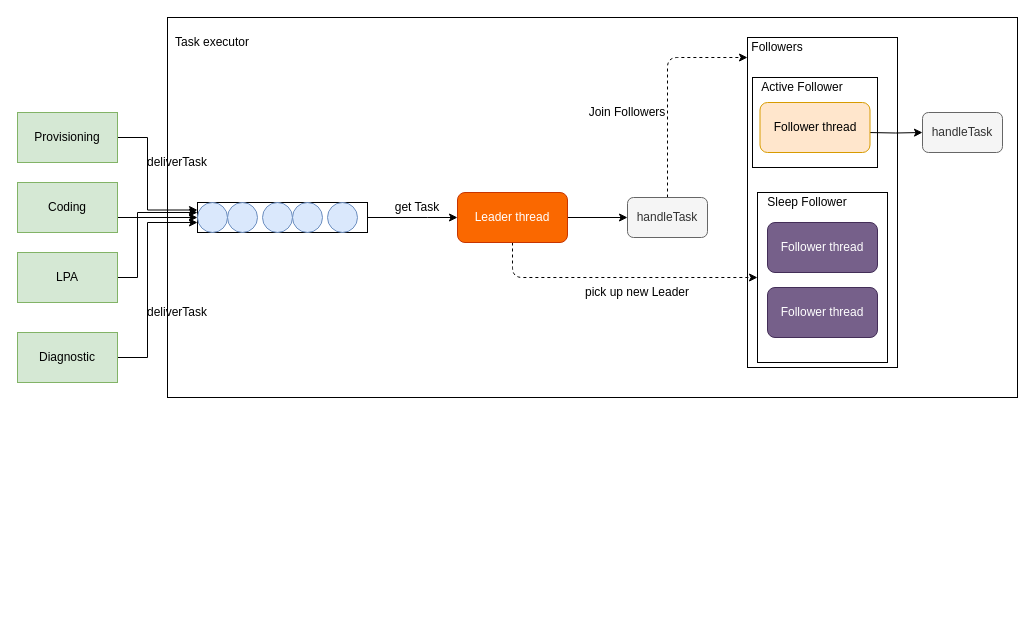
The draw.io diagram page "leaderfollowers" (2 of 14) of doc/SA cert/Design/performance.drawio in taikt/codefun, before the edit. Source tidied: cells renumbered, new cells numbered last; positions are measured from the earlier drawing's top-left corner, leaving out a move shared by most shapes. Both pictures are drawn from the tidied source at 100%, with x=0, y=0 at pixel (17, 17).
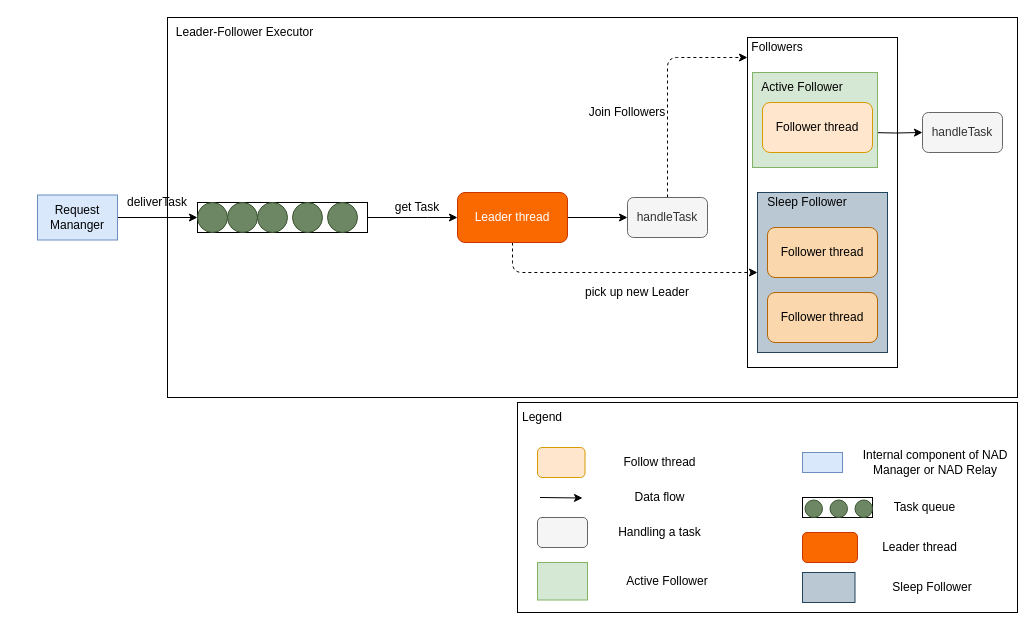
The same diagram, later.

Unchanged cells that the change refers to:
```xml
<mxCell id="4" style="rounded=0;whiteSpace=wrap;html=1;" parent="1" vertex="1">
  <mxGeometry x="180" y="185" width="170" height="30" as="geometry" />
</mxCell>
```

The edit, as a diff of the source:
```diff
@@
-    <mxCell id="5" style="ellipse;whiteSpace=wrap;html=1;fillColor=#dae8fc;strokeColor=#6c8ebf;" parent="1" vertex="1">
+    <mxCell id="5" style="ellipse;whiteSpace=wrap;html=1;fillColor=#6d8764;strokeColor=#3A5431;fontColor=#ffffff;" parent="1" vertex="1">
       <mxGeometry x="180" y="185" width="30" height="30" as="geometry" />
     </mxCell>
-    <mxCell id="6" style="ellipse;whiteSpace=wrap;html=1;fillColor=#dae8fc;strokeColor=#6c8ebf;" parent="1" vertex="1">
+    <mxCell id="6" style="ellipse;whiteSpace=wrap;html=1;fillColor=#6d8764;strokeColor=#3A5431;fontColor=#ffffff;" parent="1" vertex="1">
       <mxGeometry x="210" y="185" width="30" height="30" as="geometry" />
     </mxCell>
-    <mxCell id="7" style="ellipse;whiteSpace=wrap;html=1;fillColor=#dae8fc;strokeColor=#6c8ebf;" parent="1" vertex="1">
-      <mxGeometry x="245" y="185" width="30" height="30" as="geometry" />
+    <mxCell id="7" style="ellipse;whiteSpace=wrap;html=1;fillColor=#6d8764;strokeColor=#3A5431;fontColor=#ffffff;" parent="1" vertex="1">
+      <mxGeometry x="240" y="185" width="30" height="30" as="geometry" />
     </mxCell>
-    <mxCell id="8" style="ellipse;whiteSpace=wrap;html=1;fillColor=#dae8fc;strokeColor=#6c8ebf;" parent="1" vertex="1">
+    <mxCell id="8" style="ellipse;whiteSpace=wrap;html=1;fillColor=#6d8764;strokeColor=#3A5431;fontColor=#ffffff;" parent="1" vertex="1">
       <mxGeometry x="275" y="185" width="30" height="30" as="geometry" />
     </mxCell>
-    <mxCell id="9" style="ellipse;whiteSpace=wrap;html=1;fillColor=#dae8fc;strokeColor=#6c8ebf;" parent="1" vertex="1">
+    <mxCell id="9" style="ellipse;whiteSpace=wrap;html=1;fillColor=#6d8764;strokeColor=#3A5431;fontColor=#ffffff;" parent="1" vertex="1">
       <mxGeometry x="310" y="185" width="30" height="30" as="geometry" />
     </mxCell>
-    <mxCell id="10" style="edgeStyle=orthogonalEdgeStyle;rounded=0;jettySize=auto;html=1;exitX=1;exitY=0.5;exitDx=0;exitDy=0;entryX=0;entryY=0.25;entryDx=0;entryDy=0;" parent="1" edge="1" source="11" target="4">
-      <mxGeometry relative="1" as="geometry">
-        <Array as="points">
-          <mxPoint x="130" y="120" />
-          <mxPoint x="130" y="193" />
-        </Array>
-      </mxGeometry>
-    </mxCell>
-    <mxCell id="11" value="Provisioning" style="rounded=0;whiteSpace=wrap;html=1;fillColor=#d5e8d4;strokeColor=#82b366;" parent="1" vertex="1">
-      <mxGeometry y="95" width="100" height="50" as="geometry" />
-    </mxCell>
-    <mxCell id="12" style="edgeStyle=orthogonalEdgeStyle;rounded=0;jettySize=auto;html=1;exitX=1;exitY=0.5;exitDx=0;exitDy=0;entryX=0;entryY=0.5;entryDx=0;entryDy=0;" parent="1" edge="1" source="13" target="4">
+    <mxCell id="12" style="edgeStyle=orthogonalEdgeStyle;rounded=0;jettySize=auto;html=1;exitX=1;exitY=0.5;exitDx=0;exitDy=0;entryX=0;entryY=0.5;entryDx=0;entryDy=0;" parent="1" edge="1" target="4">
       <mxGeometry relative="1" as="geometry">
+        <mxPoint x="100" y="190" as="sourcePoint" />
         <Array as="points">
           <mxPoint x="100" y="200" />
         </Array>
       </mxGeometry>
     </mxCell>
-    <mxCell id="13" value="Coding" style="rounded=0;whiteSpace=wrap;html=1;fillColor=#d5e8d4;strokeColor=#82b366;" parent="1" vertex="1">
-      <mxGeometry y="165" width="100" height="50" as="geometry" />
-    </mxCell>
-    <mxCell id="14" style="edgeStyle=orthogonalEdgeStyle;rounded=0;jettySize=auto;html=1;exitX=1;exitY=0.5;exitDx=0;exitDy=0;" parent="1" edge="1" source="15">
-      <mxGeometry relative="1" as="geometry">
-        <mxPoint x="180" y="195" as="targetPoint" />
-        <Array as="points">
-          <mxPoint x="120" y="260" />
-          <mxPoint x="120" y="195" />
-        </Array>
-      </mxGeometry>
-    </mxCell>
-    <mxCell id="15" value="LPA" style="rounded=0;whiteSpace=wrap;html=1;fillColor=#d5e8d4;strokeColor=#82b366;" parent="1" vertex="1">
-      <mxGeometry y="235" width="100" height="50" as="geometry" />
-    </mxCell>
-    <mxCell id="16" style="edgeStyle=orthogonalEdgeStyle;rounded=0;jettySize=auto;html=1;exitX=1;exitY=0.5;exitDx=0;exitDy=0;" parent="1" edge="1" source="17">
-      <mxGeometry relative="1" as="geometry">
-        <mxPoint x="180" y="205" as="targetPoint" />
-        <Array as="points">
-          <mxPoint x="130" y="340" />
-          <mxPoint x="130" y="205" />
-        </Array>
-      </mxGeometry>
-    </mxCell>
-    <mxCell id="17" value="Diagnostic" style="rounded=0;whiteSpace=wrap;html=1;fillColor=#d5e8d4;strokeColor=#82b366;" parent="1" vertex="1">
-      <mxGeometry y="315" width="100" height="50" as="geometry" />
-    </mxCell>
@@
     <mxCell id="22" value="deliverTask" style="text;html=1;strokeColor=none;fillColor=none;align=center;verticalAlign=middle;whiteSpace=wrap;rounded=0;" parent="1" vertex="1">
-      <mxGeometry x="140" y="135" width="40" height="20" as="geometry" />
+      <mxGeometry x="120" y="175" width="40" height="20" as="geometry" />
     </mxCell>
-    <mxCell id="23" value="deliverTask" style="text;html=1;strokeColor=none;fillColor=none;align=center;verticalAlign=middle;whiteSpace=wrap;rounded=0;" parent="1" vertex="1">
-      <mxGeometry x="140" y="285" width="40" height="20" as="geometry" />
-    </mxCell>
@@
-    <mxCell id="30" value="Follower thread" style="rounded=1;whiteSpace=wrap;html=1;fillColor=#ffe6cc;strokeColor=#d79b00;" parent="1" vertex="1">
-      <mxGeometry x="742.5" y="85" width="110" height="50" as="geometry" />
-    </mxCell>
-    <mxCell id="31" value="Follower thread" style="rounded=1;whiteSpace=wrap;html=1;fillColor=#76608a;strokeColor=#432D57;fontColor=#ffffff;" parent="1" vertex="1">
-      <mxGeometry x="750" y="205" width="110" height="50" as="geometry" />
-    </mxCell>
@@
-    <mxCell id="33" value="Follower thread" style="rounded=1;whiteSpace=wrap;html=1;fillColor=#76608a;strokeColor=#432D57;fontColor=#ffffff;" parent="1" vertex="1">
-      <mxGeometry x="750" y="270" width="110" height="50" as="geometry" />
-    </mxCell>
-    <mxCell id="34" style="rounded=0;whiteSpace=wrap;html=1;strokeColor=#000000;fillColor=none;gradientColor=#ffffff;" parent="1" vertex="1">
-      <mxGeometry x="735" y="60" width="125" height="90" as="geometry" />
+    <mxCell id="34" style="rounded=0;whiteSpace=wrap;html=1;strokeColor=#82b366;fillColor=#d5e8d4;" parent="1" vertex="1">
+      <mxGeometry x="735" y="55" width="125" height="95" as="geometry" />
     </mxCell>
@@
-    <mxCell id="36" style="rounded=0;whiteSpace=wrap;html=1;strokeColor=#000000;fillColor=none;gradientColor=#ffffff;" parent="1" vertex="1">
-      <mxGeometry x="740" y="175" width="130" height="170" as="geometry" />
+    <mxCell id="36" style="rounded=0;whiteSpace=wrap;html=1;strokeColor=#23445d;fillColor=#bac8d3;" parent="1" vertex="1">
+      <mxGeometry x="740" y="175" width="130" height="160" as="geometry" />
     </mxCell>
@@
-    <mxCell id="38" value="Task executor" style="text;html=1;strokeColor=none;fillColor=none;align=center;verticalAlign=middle;whiteSpace=wrap;rounded=0;" parent="1" vertex="1">
-      <mxGeometry x="155" y="15" width="80" height="20" as="geometry" />
+    <mxCell id="38" value="Leader-Follower Executor" style="text;html=1;strokeColor=none;fillColor=none;align=center;verticalAlign=middle;whiteSpace=wrap;rounded=0;" parent="1" vertex="1">
+      <mxGeometry x="155" y="5" width="145" height="20" as="geometry" />
     </mxCell>
@@
+    <mxCell id="40" style="rounded=0;whiteSpace=wrap;html=1;" parent="1" vertex="1">
+      <mxGeometry x="500" y="385" width="500" height="210" as="geometry" />
+    </mxCell>
+    <mxCell id="41" value="Legend" style="text;html=1;strokeColor=none;fillColor=none;align=center;verticalAlign=middle;whiteSpace=wrap;rounded=0;" parent="1" vertex="1">
+      <mxGeometry x="490" y="390" width="70" height="20" as="geometry" />
+    </mxCell>
+    <mxCell id="42" style="rounded=0;whiteSpace=wrap;html=1;fillColor=#dae8fc;strokeColor=#6c8ebf;" parent="1" vertex="1">
+      <mxGeometry x="785" y="435" width="40" height="20" as="geometry" />
+    </mxCell>
+    <mxCell id="43" style="rounded=0;whiteSpace=wrap;html=1;" parent="1" vertex="1">
+      <mxGeometry x="785" y="480" width="70" height="20" as="geometry" />
+    </mxCell>
+    <mxCell id="44" style="ellipse;whiteSpace=wrap;html=1;fillColor=#6d8764;strokeColor=#3A5431;fontColor=#ffffff;" parent="1" vertex="1">
+      <mxGeometry x="787.5" y="482.5" width="17.5" height="17.5" as="geometry" />
+    </mxCell>
+    <mxCell id="45" style="ellipse;whiteSpace=wrap;html=1;fillColor=#6d8764;strokeColor=#3A5431;fontColor=#ffffff;" parent="1" vertex="1">
+      <mxGeometry x="812.5" y="482.5" width="17.5" height="17.5" as="geometry" />
+    </mxCell>
+    <mxCell id="46" style="ellipse;whiteSpace=wrap;html=1;fillColor=#6d8764;strokeColor=#3A5431;fontColor=#ffffff;" parent="1" vertex="1">
+      <mxGeometry x="837.5" y="482.5" width="17.5" height="17.5" as="geometry" />
+    </mxCell>
+    <mxCell id="47" style="rounded=1;whiteSpace=wrap;html=1;fillColor=#ffe6cc;strokeColor=#d79b00;" parent="1" vertex="1">
+      <mxGeometry x="520" y="430" width="47.5" height="30" as="geometry" />
+    </mxCell>
+    <mxCell id="48" style="endArrow=classic;html=1;rounded=0;" parent="1" edge="1">
+      <mxGeometry relative="1" as="geometry">
+        <mxPoint x="522.5" y="480" as="sourcePoint" />
+        <mxPoint x="565" y="480.5" as="targetPoint" />
+      </mxGeometry>
+    </mxCell>
+    <mxCell id="49" value="Internal component of NAD Manager or NAD Relay" style="text;html=1;strokeColor=none;fillColor=none;align=center;verticalAlign=middle;whiteSpace=wrap;rounded=0;" parent="1" vertex="1">
+      <mxGeometry x="842.5" y="430" width="150" height="30" as="geometry" />
+    </mxCell>
+    <mxCell id="50" value="Task queue" style="text;html=1;strokeColor=none;fillColor=none;align=center;verticalAlign=middle;whiteSpace=wrap;rounded=0;" parent="1" vertex="1">
+      <mxGeometry x="855" y="475" width="105" height="30" as="geometry" />
+    </mxCell>
+    <mxCell id="51" value="Follow thread" style="text;html=1;strokeColor=none;fillColor=none;align=center;verticalAlign=middle;whiteSpace=wrap;rounded=0;" parent="1" vertex="1">
+      <mxGeometry x="590" y="430" width="105" height="30" as="geometry" />
+    </mxCell>
+    <mxCell id="52" value="Data flow" style="text;html=1;strokeColor=none;fillColor=none;align=center;verticalAlign=middle;whiteSpace=wrap;rounded=0;" parent="1" vertex="1">
+      <mxGeometry x="590" y="465" width="105" height="30" as="geometry" />
+    </mxCell>
+    <mxCell id="53" style="rounded=1;whiteSpace=wrap;html=1;fillColor=#f5f5f5;strokeColor=#666666;fontColor=#333333;" parent="1" vertex="1">
+      <mxGeometry x="520" y="500" width="50" height="30" as="geometry" />
+    </mxCell>
+    <mxCell id="54" value="Handling a task" style="text;html=1;strokeColor=none;fillColor=none;align=center;verticalAlign=middle;whiteSpace=wrap;rounded=0;" parent="1" vertex="1">
+      <mxGeometry x="560" y="500" width="165" height="30" as="geometry" />
+    </mxCell>
+    <mxCell id="55" value="Request Mananger" style="rounded=0;whiteSpace=wrap;html=1;fillColor=#dae8fc;strokeColor=#6c8ebf;" parent="1" vertex="1">
+      <mxGeometry x="20" y="177.5" width="80" height="45" as="geometry" />
+    </mxCell>
+    <mxCell id="30" value="Follower thread" style="rounded=1;whiteSpace=wrap;html=1;fillColor=#ffe6cc;strokeColor=#d79b00;" parent="1" vertex="1">
+      <mxGeometry x="745" y="85" width="110" height="50" as="geometry" />
+    </mxCell>
+    <mxCell id="56" value="Follower thread" style="rounded=1;whiteSpace=wrap;html=1;fillColor=#fad7ac;strokeColor=#b46504;" parent="1" vertex="1">
+      <mxGeometry x="750" y="210" width="110" height="50" as="geometry" />
+    </mxCell>
+    <mxCell id="57" value="Follower thread" style="rounded=1;whiteSpace=wrap;html=1;fillColor=#fad7ac;strokeColor=#b46504;" parent="1" vertex="1">
+      <mxGeometry x="750" y="275" width="110" height="50" as="geometry" />
+    </mxCell>
+    <mxCell id="58" style="rounded=0;whiteSpace=wrap;html=1;fillColor=#d5e8d4;strokeColor=#82b366;" parent="1" vertex="1">
+      <mxGeometry x="520" y="545" width="50" height="37.5" as="geometry" />
+    </mxCell>
+    <mxCell id="59" value="Active Follower" style="text;html=1;strokeColor=none;fillColor=none;align=center;verticalAlign=middle;whiteSpace=wrap;rounded=0;" parent="1" vertex="1">
+      <mxGeometry x="575" y="548.8" width="150" height="30" as="geometry" />
+    </mxCell>
+    <mxCell id="60" style="rounded=0;whiteSpace=wrap;html=1;fillColor=#bac8d3;strokeColor=#23445d;" parent="1" vertex="1">
+      <mxGeometry x="785" y="555" width="52.5" height="30" as="geometry" />
+    </mxCell>
+    <mxCell id="61" value="Sleep Follower" style="text;html=1;strokeColor=none;fillColor=none;align=center;verticalAlign=middle;whiteSpace=wrap;rounded=0;" parent="1" vertex="1">
+      <mxGeometry x="840" y="555" width="150" height="30" as="geometry" />
+    </mxCell>
+    <mxCell id="62" style="rounded=1;whiteSpace=wrap;html=1;fillColor=#fa6800;strokeColor=#C73500;fontColor=#ffffff;" parent="1" vertex="1">
+      <mxGeometry x="785" y="515" width="55" height="30" as="geometry" />
+    </mxCell>
+    <mxCell id="63" value="Leader thread" style="text;html=1;strokeColor=none;fillColor=none;align=center;verticalAlign=middle;whiteSpace=wrap;rounded=0;" parent="1" vertex="1">
+      <mxGeometry x="850" y="515" width="105" height="30" as="geometry" />
+    </mxCell>
```
